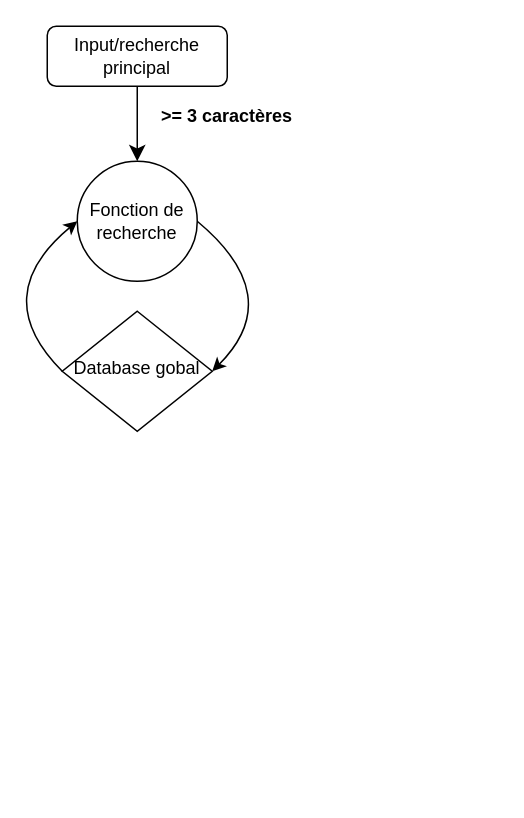
Before: P7-P11-Search-Engin.drawio in Cadegan/P11-front-end-search-engine, a draw.io diagram. Source tidied: cells renumbered, new cells numbered last; positions are measured from the earlier drawing's top-left corner, leaving out a move shared by most shapes. Both pictures are drawn from the tidied source at 150%, with x=0, y=0 at pixel (-14, 26).
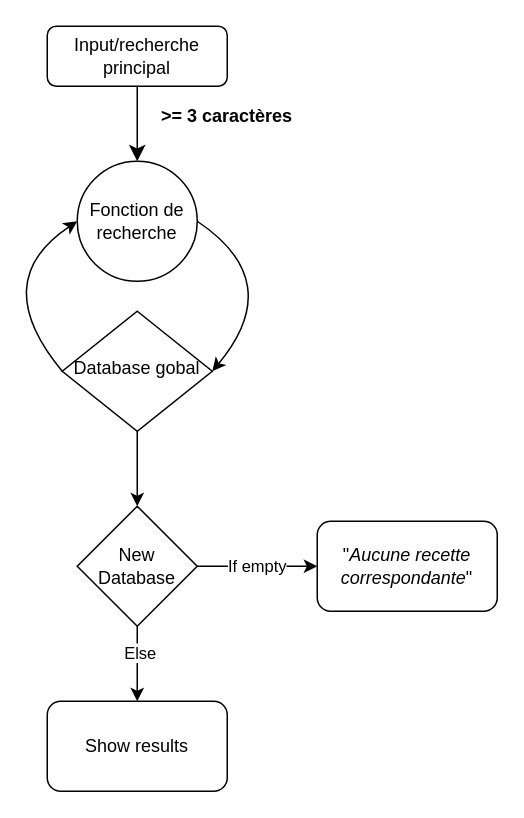
The same diagram, later.

The change refers to these unchanged cells:
```xml
<mxCell id="4" value="Database gobal" style="rhombus;whiteSpace=wrap;html=1;shadow=0;fontFamily=Helvetica;fontSize=12;align=center;strokeWidth=1;spacing=6;spacingTop=-4;" parent="1" vertex="1">
  <mxGeometry x="50" y="190" width="100" height="80" as="geometry" />
</mxCell>
<mxCell id="6" value="Fonction de recherche" style="ellipse;whiteSpace=wrap;html=1;" parent="1" vertex="1">
  <mxGeometry x="60" y="90" width="80" height="80" as="geometry" />
</mxCell>
```

Diff of the diagram source:
```diff
@@
+    <mxCell id="9" style="edgeStyle=orthogonalEdgeStyle;rounded=0;jettySize=auto;html=1;endArrow=classic;endFill=1;" parent="1" edge="1" source="4">
+      <mxGeometry relative="1" as="geometry">
+        <mxPoint x="100" y="320" as="targetPoint" />
+      </mxGeometry>
+    </mxCell>
@@
     <mxCell id="7" style="curved=1;endArrow=classic;html=1;rounded=0;exitX=0;exitY=0.5;exitDx=0;exitDy=0;" parent="1" edge="1" source="4">
       <mxGeometry relative="1" as="geometry">
         <mxPoint x="60" y="130" as="targetPoint" />
         <Array as="points">
-          <mxPoint y="180" />
+          <mxPoint y="170" />
         </Array>
       </mxGeometry>
     </mxCell>
     <mxCell id="8" style="curved=1;endArrow=classic;html=1;rounded=0;entryX=1;entryY=0.5;entryDx=0;entryDy=0;exitX=1;exitY=0.5;exitDx=0;exitDy=0;" parent="1" edge="1" source="6" target="4">
       <mxGeometry relative="1" as="geometry">
         <Array as="points">
-          <mxPoint x="200" y="180" />
+          <mxPoint x="200" y="170" />
         </Array>
       </mxGeometry>
     </mxCell>
+    <mxCell id="10" value="If empty" style="edgeStyle=orthogonalEdgeStyle;rounded=0;jettySize=auto;html=1;endArrow=classic;endFill=1;exitX=1;exitY=0.5;exitDx=0;exitDy=0;" parent="1" edge="1" source="14" target="11">
+      <mxGeometry relative="1" as="geometry" />
+    </mxCell>
+    <mxCell id="11" value="&lt;div&gt;&quot;&lt;i&gt;Aucune recette correspondante&lt;/i&gt;&quot;&lt;br&gt;&lt;/div&gt;" style="rounded=1;whiteSpace=wrap;html=1;" parent="1" vertex="1">
+      <mxGeometry x="220" y="330" width="120" height="60" as="geometry" />
+    </mxCell>
+    <mxCell id="12" style="edgeStyle=orthogonalEdgeStyle;rounded=0;jettySize=auto;html=1;endArrow=classic;endFill=1;" parent="1" edge="1" source="14" target="15">
+      <mxGeometry relative="1" as="geometry" />
+    </mxCell>
+    <mxCell id="13" value="Else" style="edgeLabel;html=1;align=center;verticalAlign=middle;" parent="12" vertex="1">
+      <mxGeometry x="-0.33" y="1" relative="1" as="geometry" />
+    </mxCell>
+    <mxCell id="14" value="New Database " style="rhombus;whiteSpace=wrap;html=1;" parent="1" vertex="1">
+      <mxGeometry x="60" y="320" width="80" height="80" as="geometry" />
+    </mxCell>
+    <mxCell id="15" value="Show results" style="rounded=1;whiteSpace=wrap;html=1;" parent="1" vertex="1">
+      <mxGeometry x="40" y="450" width="120" height="60" as="geometry" />
+    </mxCell>
```
